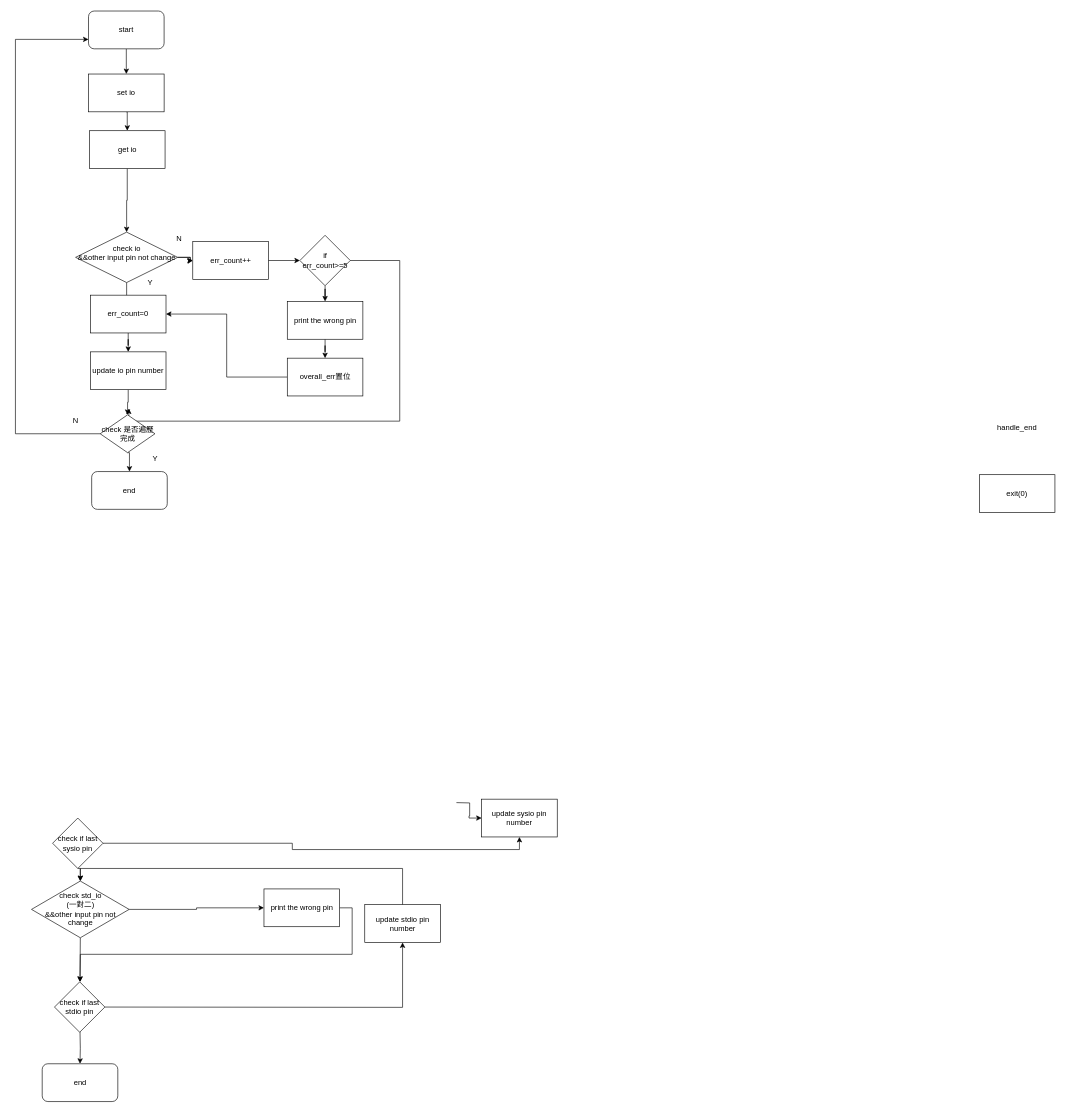
Before: io_test_rewrite.drawio in eziohzy/FlowChartRepository, a draw.io diagram. Source tidied: cells renumbered, new cells numbered last; positions are measured from the earlier drawing's top-left corner, leaving out a move shared by most shapes. Both pictures are drawn from the tidied source at 63%, with x=0, y=0 at pixel (15, 11).
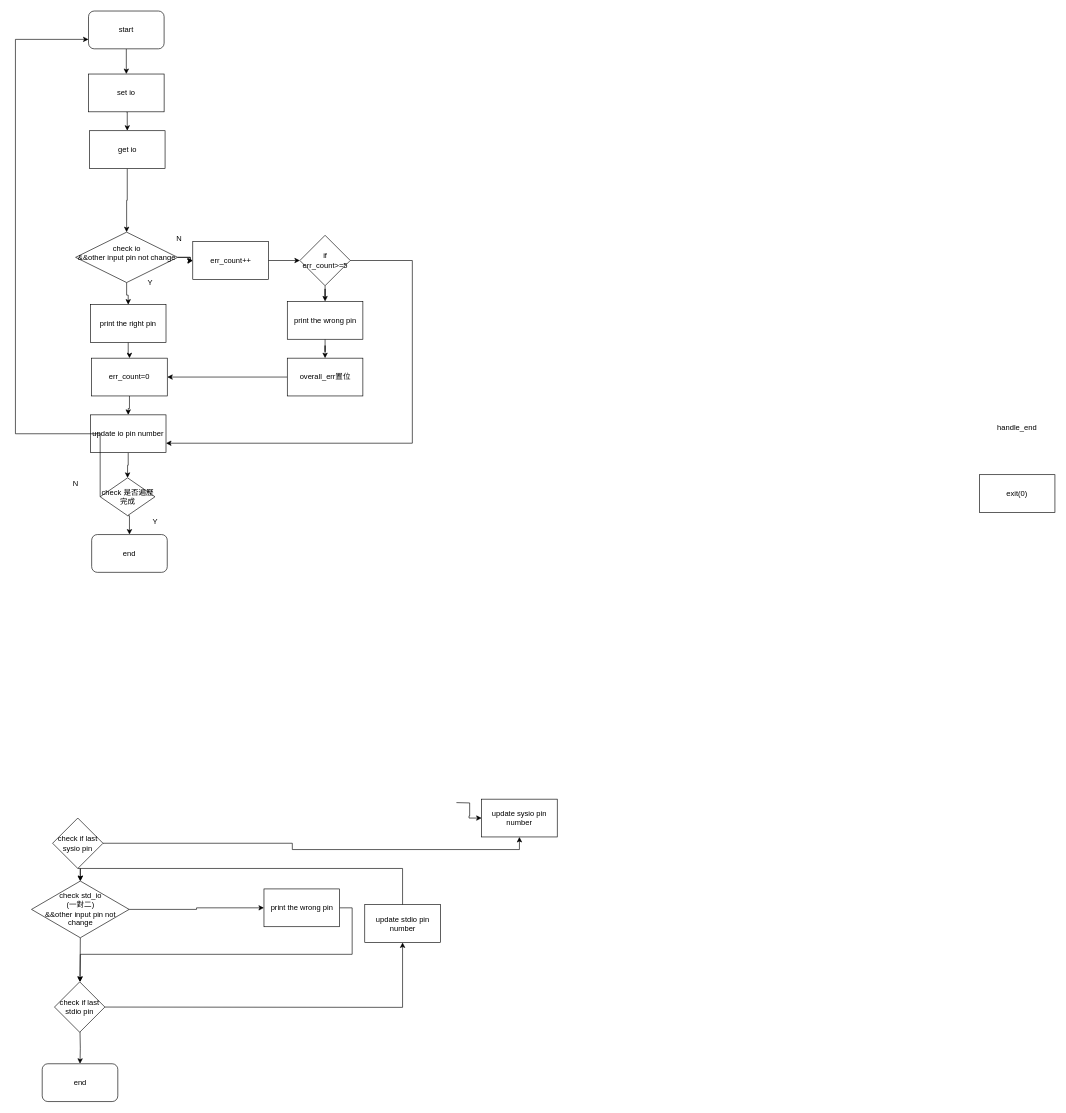
The same page after the edit.

Unchanged cells that the change refers to:
```xml
<mxCell id="5" value="&lt;div&gt;check io&lt;/div&gt;&lt;div&gt;&amp;amp;&amp;amp;other input pin not change&lt;br&gt;&lt;/div&gt;&lt;div&gt;&lt;br&gt;&lt;/div&gt;" style="rhombus;whiteSpace=wrap;html=1;" parent="1" vertex="1">
  <mxGeometry x="95.5" y="351" width="162" height="80" as="geometry" />
</mxCell>
<mxCell id="35" value="if err_count&amp;gt;=5" style="rhombus;whiteSpace=wrap;html=1;" parent="1" vertex="1">
  <mxGeometry x="451.5" y="356" width="80" height="80" as="geometry" />
</mxCell>
```

Diff of the diagram source:
```diff
@@
-    <mxCell id="4" style="edgeStyle=orthogonalEdgeStyle;rounded=0;jettySize=auto;html=1;" parent="1" edge="1" source="5">
-      <mxGeometry relative="1" as="geometry">
-        <mxPoint x="176.5" y="471" as="targetPoint" />
-      </mxGeometry>
+    <mxCell id="4" style="edgeStyle=orthogonalEdgeStyle;rounded=0;jettySize=auto;html=1;" parent="1" edge="1" source="5" target="53">
+      <mxGeometry relative="1" as="geometry" />
     </mxCell>
@@
     <mxCell id="32" value="err_count=0" style="rounded=0;whiteSpace=wrap;html=1;" parent="1" vertex="1">
-      <mxGeometry x="119" y="451" width="120" height="60" as="geometry" />
+      <mxGeometry x="121" y="551" width="120" height="60" as="geometry" />
     </mxCell>
@@
-    <mxCell id="34" style="edgeStyle=orthogonalEdgeStyle;rounded=0;jettySize=auto;html=1;" parent="1" edge="1" source="35">
-      <mxGeometry relative="1" as="geometry">
-        <mxPoint x="180" y="631" as="targetPoint" />
-        <Array as="points">
-          <mxPoint x="610" y="396" />
-          <mxPoint x="610" y="651" />
-          <mxPoint x="180" y="651" />
-        </Array>
-      </mxGeometry>
-    </mxCell>
+    <mxCell id="51" style="edgeStyle=orthogonalEdgeStyle;rounded=0;jettySize=auto;html=1;entryX=1;entryY=0.75;entryDx=0;entryDy=0;" parent="1" edge="1" source="35" target="37">
+      <mxGeometry relative="1" as="geometry">
+        <Array as="points">
+          <mxPoint x="630" y="396" />
+          <mxPoint x="630" y="686" />
+        </Array>
+      </mxGeometry>
+    </mxCell>
@@
     <mxCell id="37" value="update io pin number" style="rounded=0;whiteSpace=wrap;html=1;" parent="1" vertex="1">
-      <mxGeometry x="119" y="541" width="120" height="60" as="geometry" />
+      <mxGeometry x="119" y="641" width="120" height="60" as="geometry" />
     </mxCell>
@@
     <mxCell id="40" value="check 是否遍歷完成" style="rhombus;whiteSpace=wrap;html=1;direction=south;" parent="1" vertex="1">
-      <mxGeometry x="134.5" y="641" width="87" height="60" as="geometry" />
+      <mxGeometry x="134.5" y="741" width="87" height="60" as="geometry" />
     </mxCell>
@@
     <mxCell id="47" value="end" style="rounded=1;whiteSpace=wrap;html=1;" parent="1" vertex="1">
-      <mxGeometry x="121" y="731" width="120" height="60" as="geometry" />
+      <mxGeometry x="121" y="831" width="120" height="60" as="geometry" />
     </mxCell>
     <mxCell id="48" value="N" style="text;html=1;strokeColor=none;fillColor=none;align=center;verticalAlign=middle;whiteSpace=wrap;rounded=0;" parent="1" vertex="1">
-      <mxGeometry x="76" y="641" width="40" height="20" as="geometry" />
+      <mxGeometry x="76" y="741" width="40" height="20" as="geometry" />
     </mxCell>
     <mxCell id="49" value="Y" style="text;html=1;strokeColor=none;fillColor=none;align=center;verticalAlign=middle;whiteSpace=wrap;rounded=0;" parent="1" vertex="1">
-      <mxGeometry x="202" y="701" width="40" height="20" as="geometry" />
+      <mxGeometry x="202" y="801" width="40" height="20" as="geometry" />
     </mxCell>
@@
+    <mxCell id="52" style="edgeStyle=orthogonalEdgeStyle;rounded=0;jettySize=auto;html=1;" parent="1" edge="1" source="53" target="32">
+      <mxGeometry relative="1" as="geometry" />
+    </mxCell>
+    <mxCell id="53" value="print the right pin" style="rounded=0;whiteSpace=wrap;html=1;" parent="1" vertex="1">
+      <mxGeometry x="119" y="466" width="120" height="60" as="geometry" />
+    </mxCell>
```
